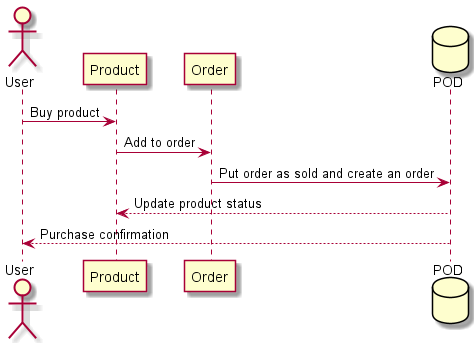
Arquisoft/dede_es6c keeps this PlantUML diagram as docs/images/06_buyProduct_runtime_view.png. Above is the earlier version.
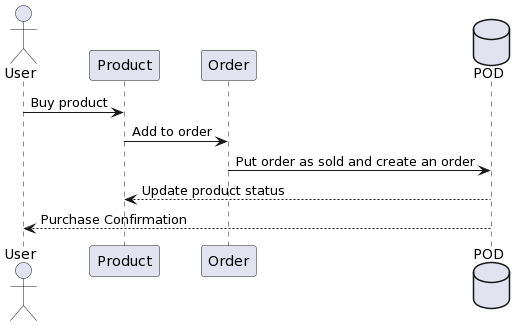
Later version of the same file.

The edit, as a diff of the source:
```diff
@@ -1,11 +1,9 @@
-@startuml buyProduct
+@startuml
 actor User
-participant Product
-participant Order
+User -> Product: Buy product
+Product -> Order : Add to order
 database POD
-User -> Product : Buy product
-Product -> Order : Add to order
 Order -> POD : Put order as sold and create an order
 POD --> Product : Update product status
-POD --> User : Purchase confirmation
+POD --> User : Purchase Confirmation
 @enduml
```
